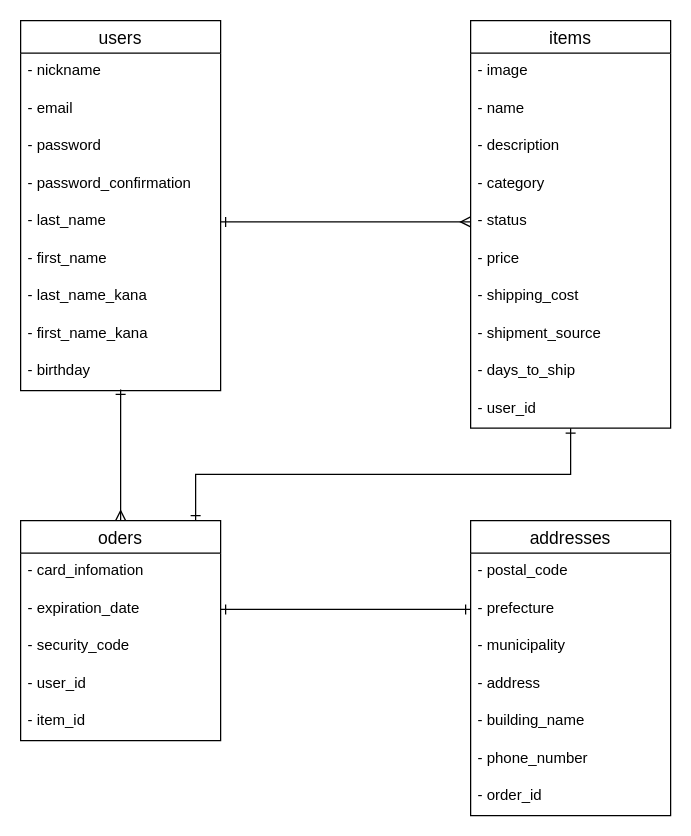
Earlier version of the draw.io diagram er.dio (pandadog2/furima-34971). Source tidied: cells renumbered, new cells numbered last; positions are measured from the earlier drawing's top-left corner, leaving out a move shared by most shapes. Both pictures are drawn from the tidied source at 125%, with x=0, y=0 at pixel (20, 20).
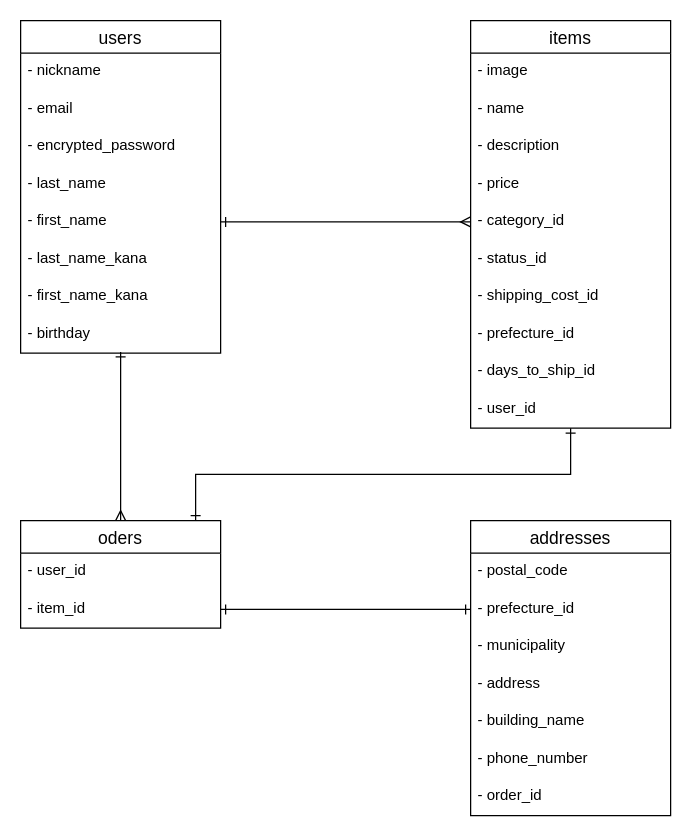
The same page after the edit.

Commit message (it also covers changes not shown here):
ER図,READMEの修正

Unchanged cells that the change refers to:
```xml
<mxCell id="12" value="items" style="swimlane;fontStyle=0;horizontal=1;startSize=26;align=center;fontSize=14;" parent="1" vertex="1">
  <mxGeometry x="360" width="160" height="326" as="geometry" />
</mxCell>
<mxCell id="31" value="addresses" style="swimlane;fontStyle=0;horizontal=1;startSize=26;align=center;fontSize=14;" parent="1" vertex="1">
  <mxGeometry x="360" y="400" width="160" height="236" as="geometry" />
</mxCell>
```

What changed in the source:
```diff
@@
     <mxCell id="2" value="users" style="swimlane;fontStyle=0;horizontal=1;startSize=26;align=center;fontSize=14;" parent="1" vertex="1">
-      <mxGeometry width="160" height="296" as="geometry" />
+      <mxGeometry width="160" height="266" as="geometry" />
     </mxCell>
@@
-    <mxCell id="5" value="- password" style="text;strokeColor=none;fillColor=none;spacingLeft=4;spacingRight=4;overflow=hidden;fontSize=12;" parent="2" vertex="1">
-      <mxGeometry y="86" width="160" height="30" as="geometry" />
-    </mxCell>
-    <mxCell id="6" value="- password_confirmation" style="text;strokeColor=none;fillColor=none;spacingLeft=4;spacingRight=4;overflow=hidden;fontSize=12;" parent="2" vertex="1">
-      <mxGeometry y="116" width="160" height="30" as="geometry" />
+    <mxCell id="6" value="- encrypted_password" style="text;strokeColor=none;fillColor=none;spacingLeft=4;spacingRight=4;overflow=hidden;fontSize=12;" parent="2" vertex="1">
+      <mxGeometry y="86" width="160" height="30" as="geometry" />
     </mxCell>
     <mxCell id="7" value="- last_name" style="text;strokeColor=none;fillColor=none;spacingLeft=4;spacingRight=4;overflow=hidden;points=[[0,0.5],[1,0.5]];portConstraint=eastwest;fontSize=12;" parent="2" vertex="1">
-      <mxGeometry y="146" width="160" height="30" as="geometry" />
+      <mxGeometry y="116" width="160" height="30" as="geometry" />
     </mxCell>
     <mxCell id="8" value="- first_name" style="text;strokeColor=none;fillColor=none;spacingLeft=4;spacingRight=4;overflow=hidden;points=[[0,0.5],[1,0.5]];portConstraint=eastwest;fontSize=12;" parent="2" vertex="1">
-      <mxGeometry y="176" width="160" height="30" as="geometry" />
+      <mxGeometry y="146" width="160" height="30" as="geometry" />
     </mxCell>
     <mxCell id="9" value="- last_name_kana" style="text;strokeColor=none;fillColor=none;spacingLeft=4;spacingRight=4;overflow=hidden;fontSize=12;" parent="2" vertex="1">
-      <mxGeometry y="206" width="160" height="30" as="geometry" />
+      <mxGeometry y="176" width="160" height="30" as="geometry" />
     </mxCell>
     <mxCell id="10" value="- first_name_kana" style="text;strokeColor=none;fillColor=none;spacingLeft=4;spacingRight=4;overflow=hidden;fontSize=12;" parent="2" vertex="1">
-      <mxGeometry y="236" width="160" height="30" as="geometry" />
+      <mxGeometry y="206" width="160" height="30" as="geometry" />
     </mxCell>
     <mxCell id="11" value="- birthday" style="text;strokeColor=none;fillColor=none;spacingLeft=4;spacingRight=4;overflow=hidden;points=[[0,0.5],[1,0.5]];portConstraint=eastwest;fontSize=12;" parent="2" vertex="1">
-      <mxGeometry y="266" width="160" height="30" as="geometry" />
+      <mxGeometry y="236" width="160" height="30" as="geometry" />
     </mxCell>
@@
-    <mxCell id="16" value="- category" style="text;strokeColor=none;fillColor=none;spacingLeft=4;spacingRight=4;overflow=hidden;fontSize=12;" parent="12" vertex="1">
+    <mxCell id="16" value="- price" style="text;strokeColor=none;fillColor=none;spacingLeft=4;spacingRight=4;overflow=hidden;fontSize=12;" parent="12" vertex="1">
       <mxGeometry y="116" width="160" height="30" as="geometry" />
     </mxCell>
-    <mxCell id="17" value="- status" style="text;strokeColor=none;fillColor=none;spacingLeft=4;spacingRight=4;overflow=hidden;points=[[0,0.5],[1,0.5]];portConstraint=eastwest;fontSize=12;" parent="12" vertex="1">
+    <mxCell id="17" value="- category_id" style="text;strokeColor=none;fillColor=none;spacingLeft=4;spacingRight=4;overflow=hidden;points=[[0,0.5],[1,0.5]];portConstraint=eastwest;fontSize=12;" parent="12" vertex="1">
       <mxGeometry y="146" width="160" height="30" as="geometry" />
     </mxCell>
-    <mxCell id="18" value="- price" style="text;strokeColor=none;fillColor=none;spacingLeft=4;spacingRight=4;overflow=hidden;fontSize=12;" parent="12" vertex="1">
+    <mxCell id="18" value="- status_id" style="text;strokeColor=none;fillColor=none;spacingLeft=4;spacingRight=4;overflow=hidden;fontSize=12;" parent="12" vertex="1">
       <mxGeometry y="176" width="160" height="30" as="geometry" />
     </mxCell>
-    <mxCell id="19" value="- shipping_cost" style="text;strokeColor=none;fillColor=none;spacingLeft=4;spacingRight=4;overflow=hidden;fontSize=12;" parent="12" vertex="1">
+    <mxCell id="19" value="- shipping_cost_id" style="text;strokeColor=none;fillColor=none;spacingLeft=4;spacingRight=4;overflow=hidden;fontSize=12;" parent="12" vertex="1">
       <mxGeometry y="206" width="160" height="30" as="geometry" />
     </mxCell>
-    <mxCell id="20" value="- shipment_source" style="text;strokeColor=none;fillColor=none;spacingLeft=4;spacingRight=4;overflow=hidden;fontSize=12;" parent="12" vertex="1">
+    <mxCell id="20" value="- prefecture_id" style="text;strokeColor=none;fillColor=none;spacingLeft=4;spacingRight=4;overflow=hidden;fontSize=12;" parent="12" vertex="1">
       <mxGeometry y="236" width="160" height="30" as="geometry" />
     </mxCell>
-    <mxCell id="21" value="- days_to_ship" style="text;strokeColor=none;fillColor=none;spacingLeft=4;spacingRight=4;overflow=hidden;fontSize=12;" parent="12" vertex="1">
+    <mxCell id="21" value="- days_to_ship_id" style="text;strokeColor=none;fillColor=none;spacingLeft=4;spacingRight=4;overflow=hidden;fontSize=12;" parent="12" vertex="1">
       <mxGeometry y="266" width="160" height="30" as="geometry" />
     </mxCell>
@@
     <mxCell id="24" value="oders" style="swimlane;fontStyle=0;horizontal=1;startSize=26;align=center;fontSize=14;" parent="1" vertex="1">
-      <mxGeometry y="400" width="160" height="176" as="geometry" />
+      <mxGeometry y="400" width="160" height="86" as="geometry" />
     </mxCell>
-    <mxCell id="25" value="- card_infomation" style="text;strokeColor=none;fillColor=none;spacingLeft=4;spacingRight=4;overflow=hidden;fontSize=12;" parent="24" vertex="1">
-      <mxGeometry y="26" width="160" height="30" as="geometry" />
-    </mxCell>
-    <mxCell id="26" value="- expiration_date" style="text;strokeColor=none;fillColor=none;spacingLeft=4;spacingRight=4;overflow=hidden;points=[[0,0.5],[1,0.5]];portConstraint=eastwest;fontSize=12;" parent="24" vertex="1">
-      <mxGeometry y="56" width="160" height="30" as="geometry" />
-    </mxCell>
-    <mxCell id="27" value="- security_code" style="text;strokeColor=none;fillColor=none;spacingLeft=4;spacingRight=4;overflow=hidden;fontSize=12;" parent="24" vertex="1">
-      <mxGeometry y="86" width="160" height="30" as="geometry" />
-    </mxCell>
     <mxCell id="28" value="- user_id" style="text;strokeColor=none;fillColor=none;spacingLeft=4;spacingRight=4;overflow=hidden;fontSize=12;" parent="24" vertex="1">
-      <mxGeometry y="116" width="160" height="30" as="geometry" />
+      <mxGeometry y="26" width="160" height="30" as="geometry" />
     </mxCell>
     <mxCell id="29" value="- item_id" style="text;strokeColor=none;fillColor=none;spacingLeft=4;spacingRight=4;overflow=hidden;points=[[0,0.5],[1,0.5]];portConstraint=eastwest;fontSize=12;" parent="24" vertex="1">
-      <mxGeometry y="146" width="160" height="30" as="geometry" />
+      <mxGeometry y="56" width="160" height="30" as="geometry" />
     </mxCell>
@@
-    <mxCell id="33" value="- prefecture" style="text;strokeColor=none;fillColor=none;spacingLeft=4;spacingRight=4;overflow=hidden;points=[[0,0.5],[1,0.5]];portConstraint=eastwest;fontSize=12;" parent="31" vertex="1">
+    <mxCell id="33" value="- prefecture_id" style="text;strokeColor=none;fillColor=none;spacingLeft=4;spacingRight=4;overflow=hidden;points=[[0,0.5],[1,0.5]];portConstraint=eastwest;fontSize=12;" parent="31" vertex="1">
       <mxGeometry y="56" width="160" height="30" as="geometry" />
     </mxCell>
@@
-    <mxCell id="39" style="edgeStyle=orthogonalEdgeStyle;rounded=0;jettySize=auto;html=1;exitX=1;exitY=0.5;exitDx=0;exitDy=0;entryX=0;entryY=0.5;entryDx=0;entryDy=0;endArrow=ERmany;endFill=0;startArrow=ERone;startFill=0;" parent="1" edge="1" source="7" target="17">
+    <mxCell id="39" style="edgeStyle=orthogonalEdgeStyle;rounded=0;jettySize=auto;html=1;exitX=1;exitY=0.5;exitDx=0;exitDy=0;entryX=0;entryY=0.5;entryDx=0;entryDy=0;endArrow=ERmany;endFill=0;startArrow=ERone;startFill=0;" parent="1" edge="1" source="8" target="17">
       <mxGeometry relative="1" as="geometry" />
     </mxCell>
-    <mxCell id="40" style="edgeStyle=orthogonalEdgeStyle;rounded=0;jettySize=auto;html=1;exitX=1;exitY=0.5;exitDx=0;exitDy=0;entryX=0;entryY=0.5;entryDx=0;entryDy=0;startArrow=ERone;startFill=0;endArrow=ERone;endFill=0;" parent="1" edge="1" source="26" target="33">
+    <mxCell id="40" style="edgeStyle=orthogonalEdgeStyle;rounded=0;jettySize=auto;html=1;entryX=0;entryY=0.5;entryDx=0;entryDy=0;startArrow=ERone;startFill=0;endArrow=ERone;endFill=0;exitX=1;exitY=0.5;exitDx=0;exitDy=0;" parent="1" edge="1" source="29" target="33">
       <mxGeometry relative="1" as="geometry" />
     </mxCell>
```
